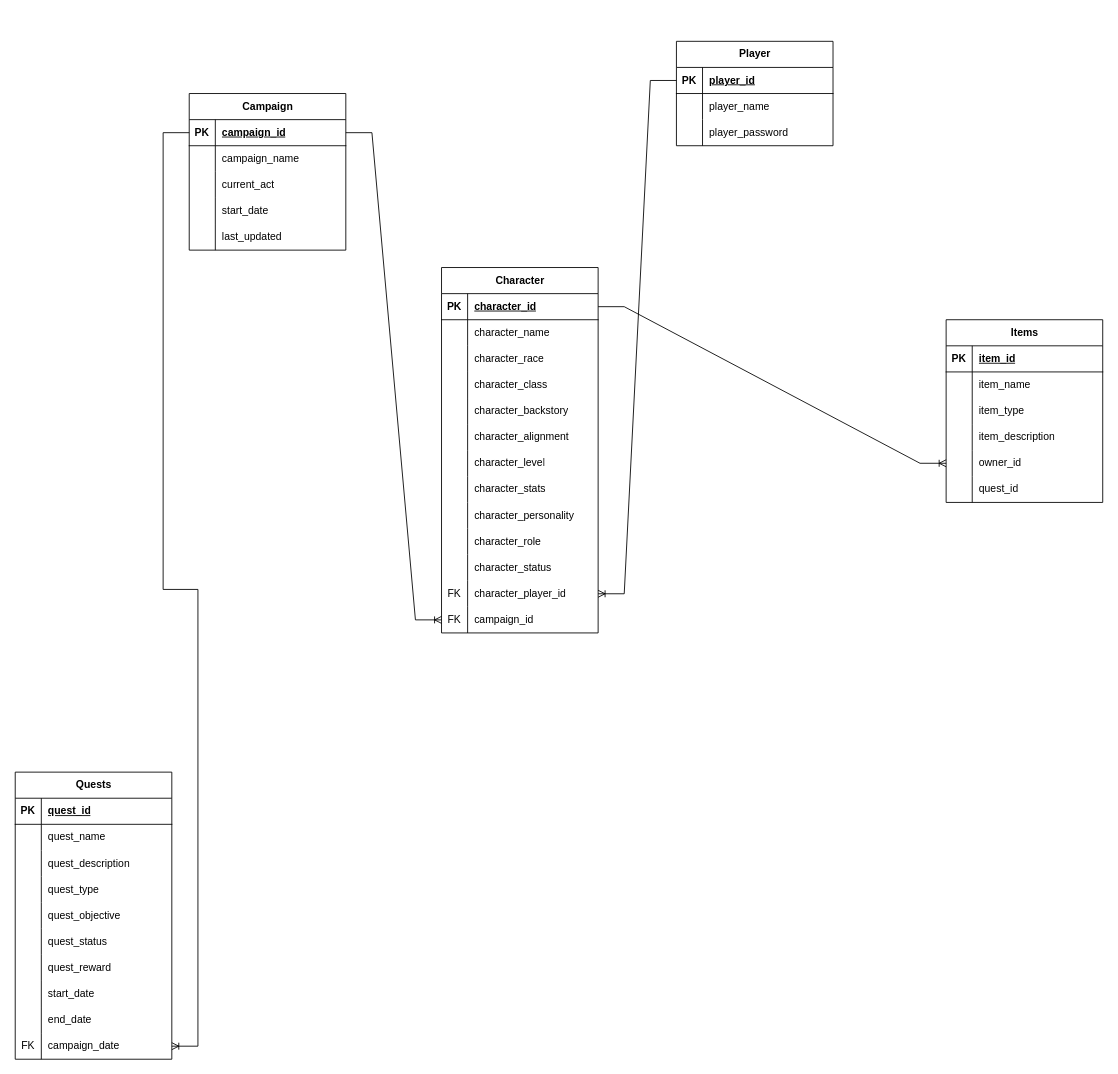
Earlier version of the draw.io diagram Diagrama sem nome.drawio (RickyBoyy/DnD). Source tidied: cells renumbered, new cells numbered last; positions are measured from the earlier drawing's top-left corner, leaving out a move shared by most shapes. Both pictures are drawn from the tidied source at 87%, with x=0, y=0 at pixel (15, 41).
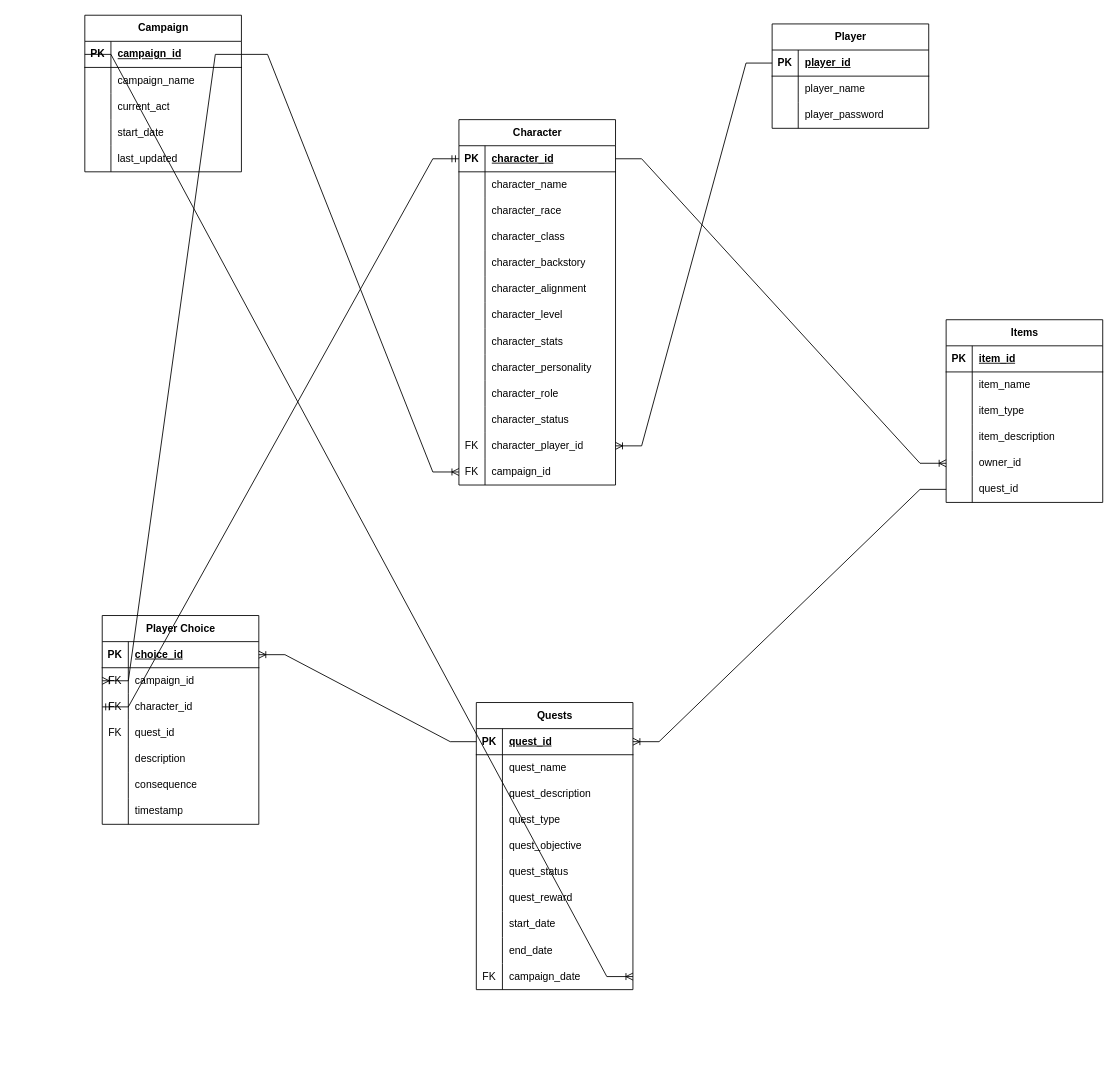
The same page after the edit.

Unchanged cells that the change refers to:
```xml
<mxCell id="3" style="shape=tableRow;horizontal=0;startSize=0;swimlaneHead=0;swimlaneBody=0;fillColor=none;points=[[0,0.5],[1,0.5]];portConstraint=eastwest;top=0;left=0;right=0;bottom=1;" parent="2" vertex="1">
  <mxGeometry y="30" width="180" height="30" as="geometry" />
</mxCell>
<mxCell id="19" style="shape=tableRow;horizontal=0;startSize=0;swimlaneHead=0;swimlaneBody=0;fillColor=none;points=[[0,0.5],[1,0.5]];portConstraint=eastwest;top=0;left=0;right=0;bottom=1;" parent="18" vertex="1">
  <mxGeometry y="30" width="180" height="30" as="geometry" />
</mxCell>
<mxCell id="50" style="shape=tableRow;horizontal=0;startSize=0;swimlaneHead=0;swimlaneBody=0;fillColor=none;points=[[0,0.5],[1,0.5]];portConstraint=eastwest;top=0;left=0;right=0;bottom=1;" parent="49" vertex="1">
  <mxGeometry y="30" width="180" height="30" as="geometry" />
</mxCell>
<mxCell id="118" style="shape=tableRow;horizontal=0;startSize=0;swimlaneHead=0;swimlaneBody=0;fillColor=none;points=[[0,0.5],[1,0.5]];portConstraint=eastwest;top=0;left=0;right=0;bottom=0;" parent="102" vertex="1">
  <mxGeometry y="180" width="180" height="30" as="geometry" />
</mxCell>
```

Diff of the diagram source:
```diff
@@
     <mxCell id="2" value="Campaign" style="shape=table;startSize=30;childLayout=tableLayout;rowLines=0;fontStyle=1;align=center;html=1;" parent="1" vertex="1">
-      <mxGeometry x="200" y="60" width="180" height="180" as="geometry" />
+      <mxGeometry x="80" y="-30" width="180" height="180" as="geometry" />
     </mxCell>
@@
     <mxCell id="18" value="Quests" style="shape=table;startSize=30;childLayout=tableLayout;rowLines=0;fontStyle=1;align=center;html=1;" parent="1" vertex="1">
-      <mxGeometry y="840" width="180" height="330" as="geometry" />
+      <mxGeometry x="530" y="760" width="180" height="330" as="geometry" />
     </mxCell>
@@
     <mxCell id="49" value="Character" style="shape=table;startSize=30;childLayout=tableLayout;rowLines=0;fontStyle=1;align=center;html=1;" parent="1" vertex="1">
-      <mxGeometry x="490" y="260" width="180" height="420" as="geometry" />
+      <mxGeometry x="510" y="90" width="180" height="420" as="geometry" />
     </mxCell>
@@
     <mxCell id="91" value="Player" style="shape=table;startSize=30;childLayout=tableLayout;rowLines=0;fontStyle=1;align=center;html=1;" parent="1" vertex="1">
-      <mxGeometry x="760" width="180" height="120" as="geometry" />
+      <mxGeometry x="870" y="-20" width="180" height="120" as="geometry" />
     </mxCell>
@@
+    <mxCell id="122" style="edgeStyle=entityRelationEdgeStyle;fontSize=12;html=1;endArrow=ERoneToMany;rounded=0;exitX=0;exitY=0.5;exitDx=0;exitDy=0;entryX=1;entryY=0.5;entryDx=0;entryDy=0;" parent="1" edge="1" source="118" target="19">
+      <mxGeometry relative="1" as="geometry" />
+    </mxCell>
+    <mxCell id="123" value="Player Choice" style="shape=table;startSize=30;childLayout=tableLayout;rowLines=0;fontStyle=1;align=center;html=1;" parent="1" vertex="1">
+      <mxGeometry x="100" y="660" width="180" height="240" as="geometry" />
+    </mxCell>
+    <mxCell id="124" style="shape=tableRow;horizontal=0;startSize=0;swimlaneHead=0;swimlaneBody=0;fillColor=none;points=[[0,0.5],[1,0.5]];portConstraint=eastwest;top=0;left=0;right=0;bottom=1;" parent="123" vertex="1">
+      <mxGeometry y="30" width="180" height="30" as="geometry" />
+    </mxCell>
+    <mxCell id="125" value="PK" style="shape=partialRectangle;fillColor=none;top=0;left=0;bottom=0;right=0;fontStyle=1;overflow=hidden;whiteSpace=wrap;html=1;" parent="124" vertex="1">
+      <mxGeometry width="30" height="30" as="geometry" />
+    </mxCell>
+    <mxCell id="126" value="choice_id" style="shape=partialRectangle;fillColor=none;top=0;left=0;bottom=0;right=0;align=left;spacingLeft=6;fontStyle=5;overflow=hidden;whiteSpace=wrap;html=1;" parent="124" vertex="1">
+      <mxGeometry x="30" width="150" height="30" as="geometry" />
+    </mxCell>
+    <mxCell id="127" style="shape=tableRow;horizontal=0;startSize=0;swimlaneHead=0;swimlaneBody=0;fillColor=none;points=[[0,0.5],[1,0.5]];portConstraint=eastwest;top=0;left=0;right=0;bottom=0;" parent="123" vertex="1">
+      <mxGeometry y="60" width="180" height="30" as="geometry" />
+    </mxCell>
+    <mxCell id="128" value="FK" style="shape=partialRectangle;fillColor=none;top=0;left=0;bottom=0;right=0;overflow=hidden;whiteSpace=wrap;html=1;" parent="127" vertex="1">
+      <mxGeometry width="30" height="30" as="geometry" />
+    </mxCell>
+    <mxCell id="129" value="campaign_id" style="shape=partialRectangle;fillColor=none;top=0;left=0;bottom=0;right=0;align=left;spacingLeft=6;overflow=hidden;whiteSpace=wrap;html=1;" parent="127" vertex="1">
+      <mxGeometry x="30" width="150" height="30" as="geometry" />
+    </mxCell>
+    <mxCell id="130" style="shape=tableRow;horizontal=0;startSize=0;swimlaneHead=0;swimlaneBody=0;fillColor=none;points=[[0,0.5],[1,0.5]];portConstraint=eastwest;top=0;left=0;right=0;bottom=0;" parent="123" vertex="1">
+      <mxGeometry y="90" width="180" height="30" as="geometry" />
+    </mxCell>
+    <mxCell id="131" value="FK" style="shape=partialRectangle;fillColor=none;top=0;left=0;bottom=0;right=0;overflow=hidden;whiteSpace=wrap;html=1;" parent="130" vertex="1">
+      <mxGeometry width="30" height="30" as="geometry" />
+    </mxCell>
+    <mxCell id="132" value="character_id" style="shape=partialRectangle;fillColor=none;top=0;left=0;bottom=0;right=0;align=left;spacingLeft=6;overflow=hidden;whiteSpace=wrap;html=1;" parent="130" vertex="1">
+      <mxGeometry x="30" width="150" height="30" as="geometry" />
+    </mxCell>
+    <mxCell id="133" style="shape=tableRow;horizontal=0;startSize=0;swimlaneHead=0;swimlaneBody=0;fillColor=none;top=0;left=0;right=0;bottom=0;" parent="123" vertex="1">
+      <mxGeometry y="120" width="180" height="30" as="geometry" />
+    </mxCell>
+    <mxCell id="134" value="FK" style="shape=partialRectangle;fillColor=none;top=0;left=0;bottom=0;right=0;overflow=hidden;whiteSpace=wrap;html=1;" parent="133" vertex="1">
+      <mxGeometry width="30" height="30" as="geometry" />
+    </mxCell>
+    <mxCell id="135" value="quest_id" style="shape=partialRectangle;fillColor=none;top=0;left=0;bottom=0;right=0;align=left;spacingLeft=6;overflow=hidden;whiteSpace=wrap;html=1;" parent="133" vertex="1">
+      <mxGeometry x="30" width="150" height="30" as="geometry" />
+    </mxCell>
+    <mxCell id="136" style="shape=tableRow;horizontal=0;startSize=0;swimlaneHead=0;swimlaneBody=0;fillColor=none;top=0;left=0;right=0;bottom=0;" parent="123" vertex="1">
+      <mxGeometry y="150" width="180" height="30" as="geometry" />
+    </mxCell>
+    <mxCell id="137" style="shape=partialRectangle;fillColor=none;top=0;left=0;bottom=0;right=0;overflow=hidden;whiteSpace=wrap;html=1;" parent="136" vertex="1">
+      <mxGeometry width="30" height="30" as="geometry" />
+    </mxCell>
+    <mxCell id="138" value="description" style="shape=partialRectangle;fillColor=none;top=0;left=0;bottom=0;right=0;align=left;spacingLeft=6;overflow=hidden;whiteSpace=wrap;html=1;" parent="136" vertex="1">
+      <mxGeometry x="30" width="150" height="30" as="geometry" />
+    </mxCell>
+    <mxCell id="139" style="shape=tableRow;horizontal=0;startSize=0;swimlaneHead=0;swimlaneBody=0;fillColor=none;top=0;left=0;right=0;bottom=0;" parent="123" vertex="1">
+      <mxGeometry y="180" width="180" height="30" as="geometry" />
+    </mxCell>
+    <mxCell id="140" style="shape=partialRectangle;fillColor=none;top=0;left=0;bottom=0;right=0;overflow=hidden;whiteSpace=wrap;html=1;" parent="139" vertex="1">
+      <mxGeometry width="30" height="30" as="geometry" />
+    </mxCell>
+    <mxCell id="141" value="consequence" style="shape=partialRectangle;fillColor=none;top=0;left=0;bottom=0;right=0;align=left;spacingLeft=6;overflow=hidden;whiteSpace=wrap;html=1;" parent="139" vertex="1">
+      <mxGeometry x="30" width="150" height="30" as="geometry" />
+    </mxCell>
+    <mxCell id="142" style="shape=tableRow;horizontal=0;startSize=0;swimlaneHead=0;swimlaneBody=0;fillColor=none;top=0;left=0;right=0;bottom=0;" parent="123" vertex="1">
+      <mxGeometry y="210" width="180" height="30" as="geometry" />
+    </mxCell>
+    <mxCell id="143" style="shape=partialRectangle;fillColor=none;top=0;left=0;bottom=0;right=0;overflow=hidden;whiteSpace=wrap;html=1;" parent="142" vertex="1">
+      <mxGeometry width="30" height="30" as="geometry" />
+    </mxCell>
+    <mxCell id="144" value="timestamp" style="shape=partialRectangle;fillColor=none;top=0;left=0;bottom=0;right=0;align=left;spacingLeft=6;overflow=hidden;whiteSpace=wrap;html=1;" parent="142" vertex="1">
+      <mxGeometry x="30" width="150" height="30" as="geometry" />
+    </mxCell>
+    <mxCell id="145" style="edgeStyle=entityRelationEdgeStyle;fontSize=12;html=1;endArrow=ERoneToMany;rounded=0;exitX=1;exitY=0.5;exitDx=0;exitDy=0;entryX=0;entryY=0.5;entryDx=0;entryDy=0;" parent="1" edge="1" source="3" target="127">
+      <mxGeometry relative="1" as="geometry" />
+    </mxCell>
+    <mxCell id="146" style="edgeStyle=entityRelationEdgeStyle;fontSize=12;html=1;endArrow=ERmandOne;startArrow=ERmandOne;rounded=0;exitX=0;exitY=0.5;exitDx=0;exitDy=0;" parent="1" edge="1" source="130" target="50">
+      <mxGeometry relative="1" as="geometry" />
+    </mxCell>
+    <mxCell id="147" style="edgeStyle=entityRelationEdgeStyle;fontSize=12;html=1;endArrow=ERoneToMany;rounded=0;entryX=1;entryY=0.5;entryDx=0;entryDy=0;exitX=0;exitY=0.5;exitDx=0;exitDy=0;" parent="1" edge="1" source="19" target="124">
+      <mxGeometry relative="1" as="geometry" />
+    </mxCell>
```
